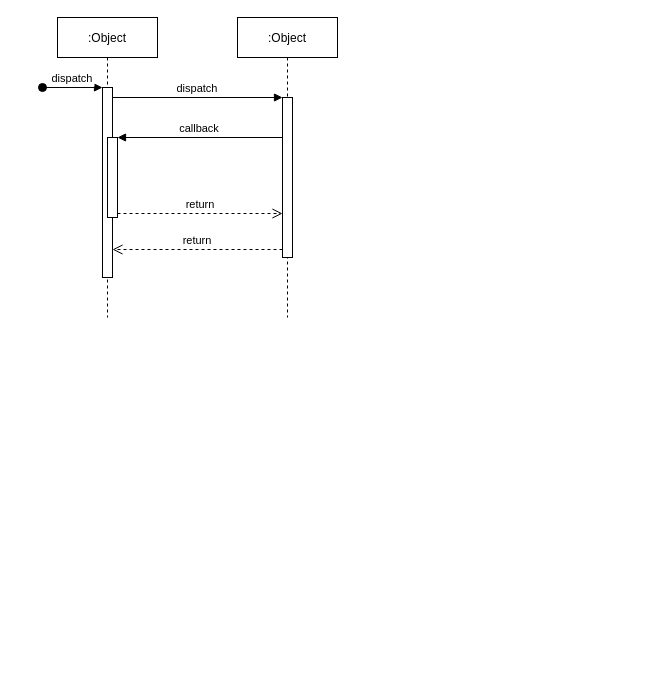
HaxiSnake/EXERCISE keeps this draw.io diagram as others/Untitled Diagram.drawio. Above is the earlier version. Source tidied: cells renumbered, new cells numbered last; positions are measured from the earlier drawing's top-left corner, leaving out a move shared by most shapes. Both pictures are drawn from the tidied source at 100%, with x=0, y=0 at pixel (42, 17).
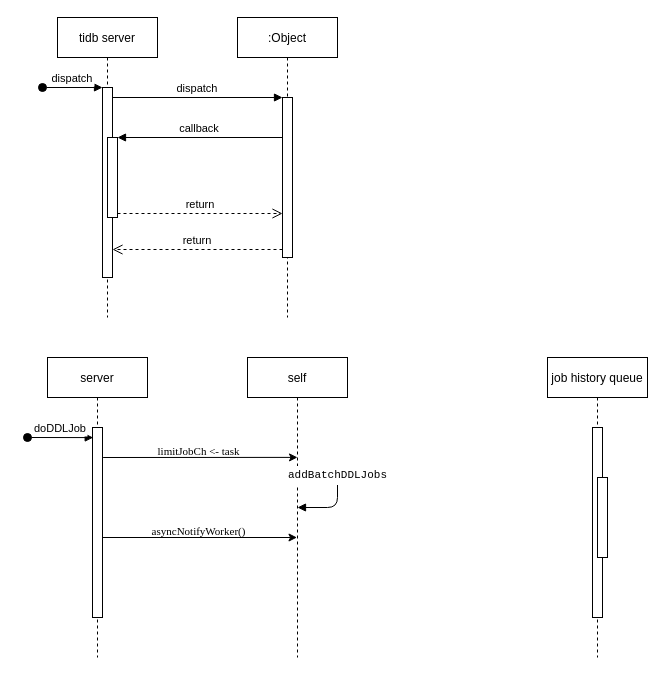
Above is the later version.

The edit, as a diff of the source:
```diff
@@
-    <mxCell id="2" value=":Object" style="shape=umlLifeline;perimeter=lifelinePerimeter;rounded=0;shadow=0;strokeWidth=1;" parent="1" vertex="1">
+    <mxCell id="2" value="tidb server" style="shape=umlLifeline;perimeter=lifelinePerimeter;rounded=0;shadow=0;strokeWidth=1;" parent="1" vertex="1">
       <mxGeometry x="15" width="100" height="300" as="geometry" />
     </mxCell>
@@
+    <mxCell id="12" value="server" style="shape=umlLifeline;perimeter=lifelinePerimeter;rounded=0;shadow=0;strokeWidth=1;" parent="1" vertex="1">
+      <mxGeometry x="5" y="340" width="100" height="300" as="geometry" />
+    </mxCell>
+    <mxCell id="13" style="perimeter=orthogonalPerimeter;rounded=0;shadow=0;strokeWidth=1;" parent="12" vertex="1">
+      <mxGeometry x="45" y="70" width="10" height="190" as="geometry" />
+    </mxCell>
+    <mxCell id="14" value="job history queue" style="shape=umlLifeline;perimeter=lifelinePerimeter;rounded=0;shadow=0;strokeWidth=1;" parent="1" vertex="1">
+      <mxGeometry x="505" y="340" width="100" height="300" as="geometry" />
+    </mxCell>
+    <mxCell id="15" style="perimeter=orthogonalPerimeter;rounded=0;shadow=0;strokeWidth=1;" parent="14" vertex="1">
+      <mxGeometry x="45" y="70" width="10" height="190" as="geometry" />
+    </mxCell>
+    <mxCell id="16" style="perimeter=orthogonalPerimeter;rounded=0;shadow=0;strokeWidth=1;" parent="14" vertex="1">
+      <mxGeometry x="50" y="120" width="10" height="80" as="geometry" />
+    </mxCell>
+    <mxCell id="17" value="self" style="shape=umlLifeline;perimeter=lifelinePerimeter;rounded=0;shadow=0;strokeWidth=1;" parent="1" vertex="1">
+      <mxGeometry x="205" y="340" width="100" height="300" as="geometry" />
+    </mxCell>
+    <mxCell id="18" style="endArrow=classic;html=1;exitX=1.06;exitY=0.351;exitDx=0;exitDy=0;exitPerimeter=0;" parent="1" edge="1" target="17">
+      <mxGeometry relative="1" as="geometry">
+        <mxPoint x="60" y="520" as="sourcePoint" />
+      </mxGeometry>
+    </mxCell>
+    <mxCell id="19" value="&lt;font face=&quot;Times New Roman&quot;&gt;asyncNotifyWorker()&lt;/font&gt;" style="edgeLabel;html=1;align=center;verticalAlign=middle;labelBackgroundColor=none;" parent="18" vertex="1">
+      <mxGeometry x="-0.25" y="1" relative="1" as="geometry">
+        <mxPoint x="22" y="-5.7" as="offset" />
+      </mxGeometry>
+    </mxCell>
+    <mxCell id="20" value="doDDLJob" style="verticalAlign=bottom;startArrow=oval;endArrow=block;startSize=8;shadow=0;strokeWidth=1;entryX=0.072;entryY=0.053;entryDx=0;entryDy=0;entryPerimeter=0;" parent="1" edge="1">
+      <mxGeometry relative="1" as="geometry">
+        <mxPoint x="-15" y="420" as="sourcePoint" />
+        <mxPoint x="50.7" y="420.1" as="targetPoint" />
+      </mxGeometry>
+    </mxCell>
+    <mxCell id="21" style="endArrow=classic;html=1;exitX=1.06;exitY=0.351;exitDx=0;exitDy=0;exitPerimeter=0;entryX=0.5;entryY=0.333;entryDx=0;entryDy=0;entryPerimeter=0;" parent="1" edge="1" target="17">
+      <mxGeometry relative="1" as="geometry">
+        <mxPoint x="60.6" y="440" as="sourcePoint" />
+      </mxGeometry>
+    </mxCell>
+    <mxCell id="22" value="limitJobCh &amp;lt;- task" style="edgeLabel;html=1;align=center;verticalAlign=middle;labelBackgroundColor=none;fontFamily=Times New Roman;" parent="21" vertex="1">
+      <mxGeometry x="-0.25" y="1" relative="1" as="geometry">
+        <mxPoint x="22" y="-5.7" as="offset" />
+      </mxGeometry>
+    </mxCell>
+    <mxCell id="23" value="&lt;div style=&quot;font-family: &amp;#34;consolas&amp;#34; , &amp;#34;courier new&amp;#34; , monospace ; font-weight: normal ; line-height: 19px&quot;&gt;&lt;div&gt;&lt;span style=&quot;background-color: transparent&quot;&gt;addBatchDDLJobs&lt;/span&gt;&lt;/div&gt;&lt;/div&gt;" style="html=1;verticalAlign=bottom;endArrow=block;fontFamily=Times New Roman;entryX=0.5;entryY=0.5;entryDx=0;entryDy=0;entryPerimeter=0;" parent="1" edge="1" target="17">
+      <mxGeometry relative="1" as="geometry">
+        <mxPoint x="255" y="450" as="sourcePoint" />
+        <Array as="points">
+          <mxPoint x="295" y="450" />
+          <mxPoint x="295" y="490" />
+        </Array>
+      </mxGeometry>
+    </mxCell>
```
